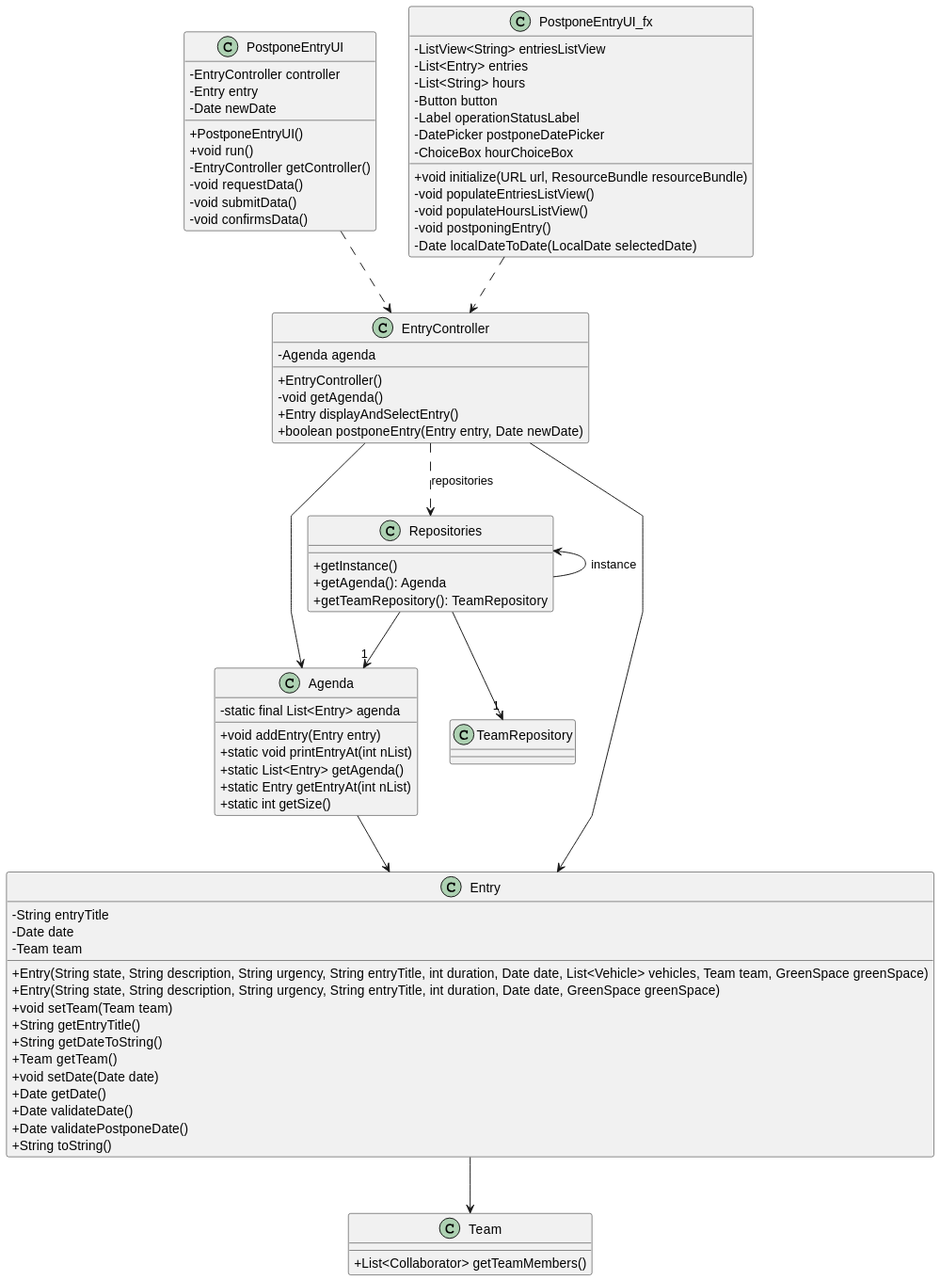
RicardoMorim/lapr2-ISEP-Project keeps this PlantUML diagram as docs/sprintC/us024/03.design/svg/us024-class-diagram.svg. Above is the earlier version.
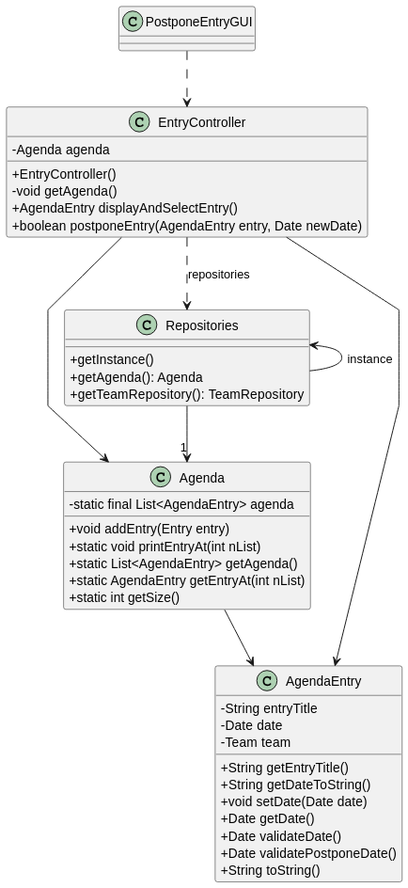
Above is the later version.

Diff of the diagram source:
```diff
@@ -6,33 +6,27 @@
 
 EntryController --> Agenda
 EntryController ..> Repositories : repositories
-EntryController --> Entry
-Entry --> Team
-PostponeEntryUI ..> EntryController
+EntryController --> AgendaEntry
+PostponeEntryGUI ..> EntryController
 Repositories --> "1" Agenda
-Repositories --> "1" TeamRepository
+
 Repositories <-- Repositories : instance
-PostponeEntryUI_fx ..> EntryController
-Agenda --> Entry
+Agenda --> AgendaEntry
 
 class EntryController {
     -Agenda agenda
     +EntryController()
     -void getAgenda()
-    +Entry displayAndSelectEntry()
-    +boolean postponeEntry(Entry entry, Date newDate)
+    +AgendaEntry displayAndSelectEntry()
+    +boolean postponeEntry(AgendaEntry entry, Date newDate)
 }
 
-class Entry {
+class AgendaEntry {
     -String entryTitle
     -Date date
     -Team team
-    +Entry(String state, String description, String urgency, String entryTitle, int duration, Date date, List<Vehicle> vehicles, Team team, GreenSpace greenSpace)
-    +Entry(String state, String description, String urgency, String entryTitle, int duration, Date date, GreenSpace greenSpace)
-    +void setTeam(Team team)
     +String getEntryTitle()
     +String getDateToString()
-    +Team getTeam()
     +void setDate(Date date)
     +Date getDate()
     +Date validateDate()
@@ -40,44 +34,17 @@
     +String toString()
 }
 
-class Team {
-    +List<Collaborator> getTeamMembers()
-}
 
 class Agenda {
-    -static final List<Entry> agenda
+    -static final List<AgendaEntry> agenda
     +void addEntry(Entry entry)
     +static void printEntryAt(int nList)
-    +static List<Entry> getAgenda()
-    +static Entry getEntryAt(int nList)
+    +static List<AgendaEntry> getAgenda()
+    +static AgendaEntry getEntryAt(int nList)
     +static int getSize()
 }
 
-class PostponeEntryUI {
-    -EntryController controller
-    -Entry entry
-    -Date newDate
-    +PostponeEntryUI()
-    +void run()
-    -EntryController getController()
-    -void requestData()
-    -void submitData()
-    -void confirmsData()
-}
-
-class PostponeEntryUI_fx {
-    -ListView<String> entriesListView
-    -List<Entry> entries
-    -List<String> hours
-    -Button button
-    -Label operationStatusLabel
-    -DatePicker postponeDatePicker
-    -ChoiceBox hourChoiceBox
-    +void initialize(URL url, ResourceBundle resourceBundle)
-    -void populateEntriesListView()
-    -void populateHoursListView()
-    -void postponingEntry()
-    -Date localDateToDate(LocalDate selectedDate)
+class PostponeEntryGUI {
 }
 
 class Repositories{
```
